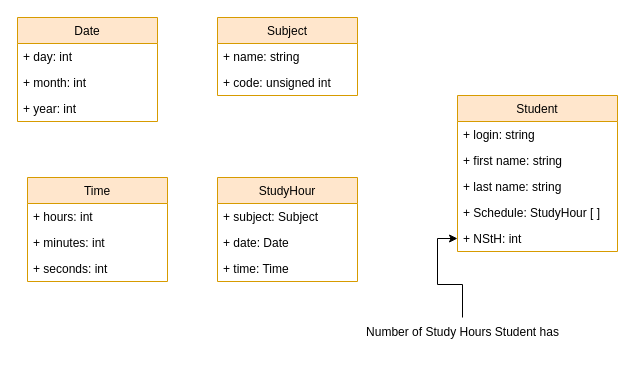
The draw.io diagram ISC_project2.drawio in omomot/ISC_proj2, before the edit. Source tidied: cells renumbered, new cells numbered last; positions are measured from the earlier drawing's top-left corner, leaving out a move shared by most shapes. Both pictures are drawn from the tidied source at 100%, with x=0, y=0 at pixel (17, 17).
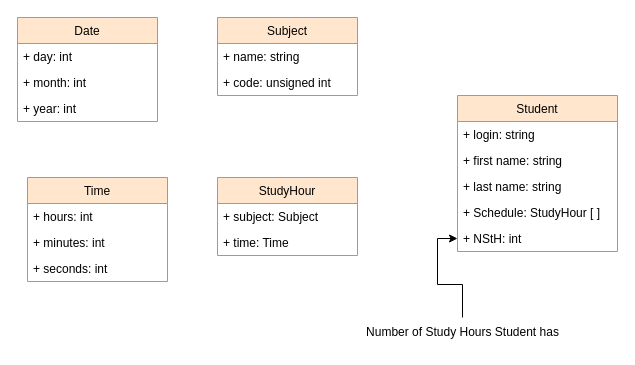
The same page after the edit.

Diff of the diagram source:
```diff
@@
     <mxCell id="15" value="StudyHour" style="swimlane;fontStyle=0;horizontal=1;startSize=26;fillColor=#ffe6cc;strokeColor=#d79b00;" parent="1" vertex="1">
-      <mxGeometry x="200" y="160" width="140" height="104" as="geometry" />
+      <mxGeometry x="200" y="160" width="140" height="78" as="geometry" />
     </mxCell>
@@
-    <mxCell id="17" value="+ date: Date" style="text;strokeColor=none;fillColor=none;align=left;verticalAlign=top;spacingLeft=4;spacingRight=4;overflow=hidden;" parent="15" vertex="1">
-      <mxGeometry y="52" width="140" height="26" as="geometry" />
-    </mxCell>
     <mxCell id="18" value="+ time: Time" style="text;strokeColor=none;fillColor=none;align=left;verticalAlign=top;spacingLeft=4;spacingRight=4;overflow=hidden;" parent="15" vertex="1">
-      <mxGeometry y="78" width="140" height="26" as="geometry" />
+      <mxGeometry y="52" width="140" height="26" as="geometry" />
     </mxCell>
```
